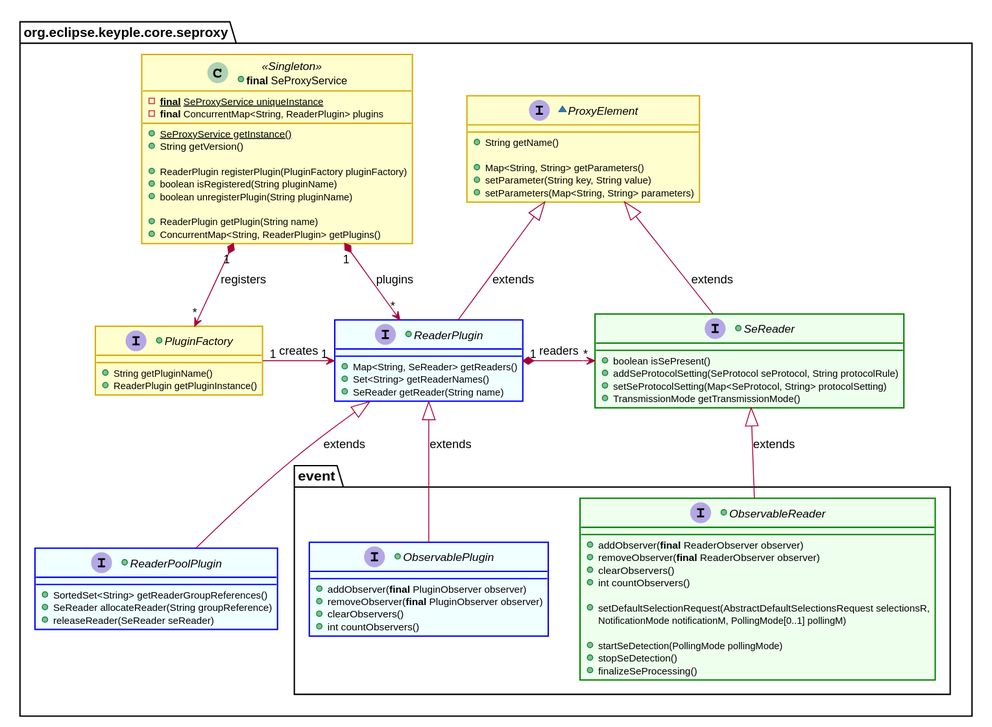
calypsonet/keyple keeps this PlantUML diagram as docs/KeypleCoreApi/Application/img/KeypleCore_ApplicationApi_ClassDiag_SE_Proxy_PluginSettingAndReaderAccess_0_9_0.svg. Above is the earlier version.
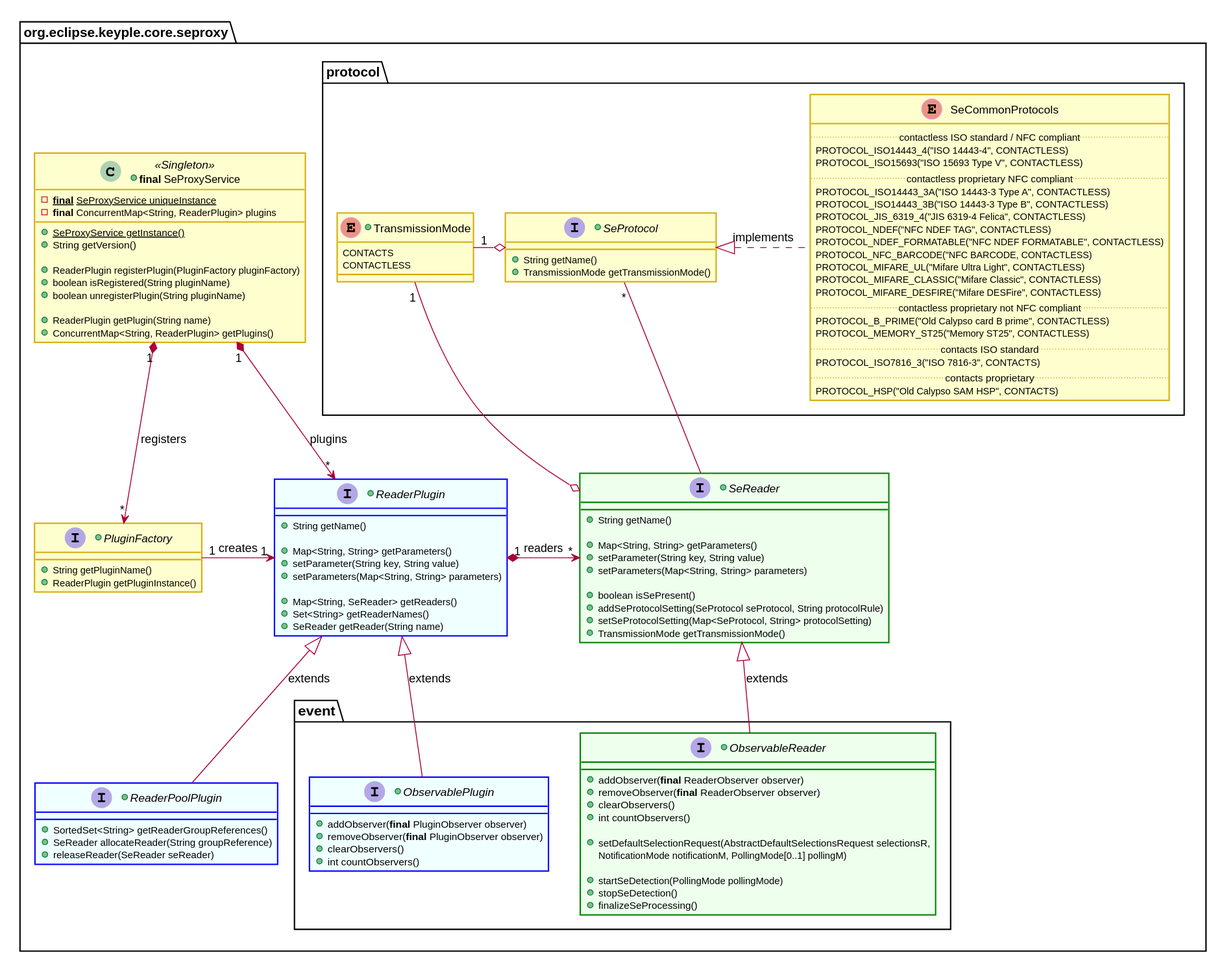
Later version of the same file.

Change to the diagram source:
```diff
@@ -44,29 +44,70 @@
   +ReaderPlugin getPlugin(String name)
   +ConcurrentMap<String, ReaderPlugin> getPlugins()
 }
-~interface ProxyElement {
++interface PluginFactory {
+  +String getPluginName()
+  +ReaderPlugin getPluginInstance()
+}
++interface ReaderPlugin {
   +String getName()
 
   +Map<String, String> getParameters()
   +setParameter(String key, String value)
   +setParameters(Map<String, String> parameters)
-}
 
-+interface PluginFactory {
-  +String getPluginName()
-  +ReaderPlugin getPluginInstance()
-}
-+interface ReaderPlugin {
   +Map<String, SeReader> getReaders()
   +Set<String> getReaderNames()
   +SeReader getReader(String name)
 }
 +interface SeReader {
+  +String getName()
+
+  +Map<String, String> getParameters()
+  +setParameter(String key, String value)
+  +setParameters(Map<String, String> parameters)
+
   +boolean isSePresent()
   +addSeProtocolSetting(SeProtocol seProtocol, String protocolRule)
   +setSeProtocolSetting(Map<SeProtocol, String> protocolSetting)
   +TransmissionMode getTransmissionMode()
 }
+
+  package protocol #FFFFFF {
++enum TransmissionMode {
+  CONTACTS
+  CONTACTLESS
+}
++interface SeProtocol {
+  +String getName()
+  +TransmissionMode getTransmissionMode()
+}
+
+enum SeCommonProtocols {
+  .. contactless ISO standard / NFC compliant ..
+  PROTOCOL_ISO14443_4("ISO 14443-4", CONTACTLESS)
+  PROTOCOL_ISO15693("ISO 15693 Type V", CONTACTLESS)
+  .. contactless proprietary NFC compliant ..
+  PROTOCOL_ISO14443_3A("ISO 14443-3 Type A", CONTACTLESS)
+  PROTOCOL_ISO14443_3B("ISO 14443-3 Type B", CONTACTLESS)
+  PROTOCOL_JIS_6319_4("JIS 6319-4 Felica", CONTACTLESS)
+  PROTOCOL_NDEF("NFC NDEF TAG", CONTACTLESS)
+  PROTOCOL_NDEF_FORMATABLE("NFC NDEF FORMATABLE", CONTACTLESS)
+  PROTOCOL_NFC_BARCODE("NFC BARCODE, CONTACTLESS)
+  PROTOCOL_MIFARE_UL("Mifare Ultra Light", CONTACTLESS)
+  PROTOCOL_MIFARE_CLASSIC("Mifare Classic", CONTACTLESS)
+  PROTOCOL_MIFARE_DESFIRE("Mifare DESFire", CONTACTLESS)
+  .. contactless proprietary not NFC compliant ..
+  PROTOCOL_B_PRIME("Old Calypso card B prime", CONTACTLESS)
+  PROTOCOL_MEMORY_ST25("Memory ST25", CONTACTLESS)
+  .. contacts ISO standard ..
+  PROTOCOL_ISO7816_3("ISO 7816-3", CONTACTS)
+  .. contacts proprietary  ..
+  PROTOCOL_HSP("Old Calypso SAM HSP", CONTACTS)
+}
+
+    SeProtocol o-left- "1" TransmissionMode
+    SeProtocol <|.right. SeCommonProtocols : implements
+  }
 
   SeProxyService "1" *--> "*" PluginFactory : registers
   SeProxyService "1" *-down-> "*" ReaderPlugin : plugins
@@ -105,8 +146,9 @@
   SeReader <|-- ObservableReader : extends
 }
 
-ProxyElement <|-- ReaderPlugin : extends
-ProxyElement <|-- SeReader : extends
+
+TransmissionMode "1" -down-o SeReader
+SeProtocol "*" -down- SeReader
 
 interface ReaderPlugin <<Plugin>>
 interface ObservablePlugin <<Plugin>>
```
